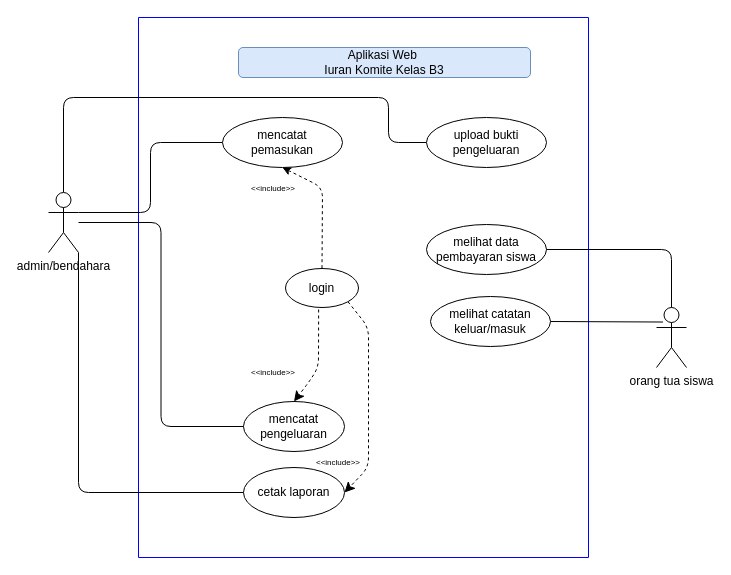
Above: komite_al_adaby.drawio in eenattayani/desain (draw.io), before the change. Source tidied: cells renumbered, new cells numbered last; positions are measured from the earlier drawing's top-left corner, leaving out a move shared by most shapes. Both pictures are drawn from the tidied source at 100%, with x=0, y=0 at pixel (48, 17).
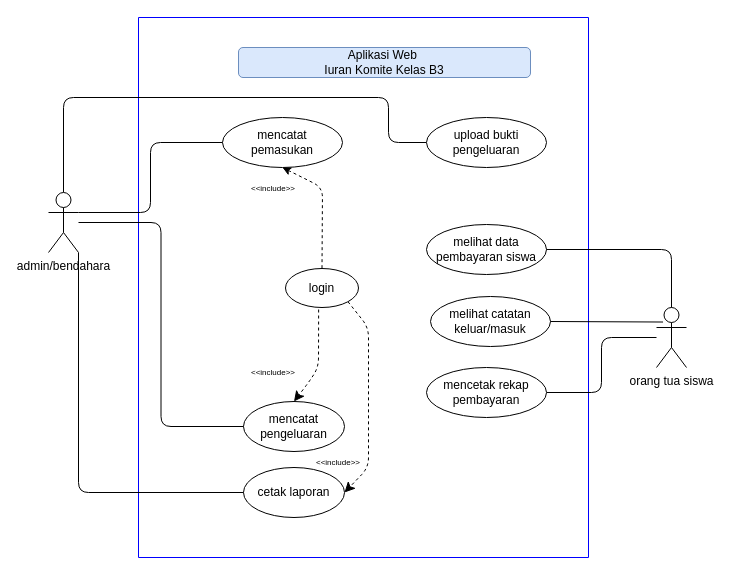
After the change.

Unchanged cells that the change refers to:
```xml
<mxCell id="2" style="swimlane;startSize=0;fillColor=#fff2cc;strokeColor=#0000FF;" parent="1" vertex="1">
  <mxGeometry x="90" width="450" height="540" as="geometry" />
</mxCell>
<mxCell id="11" value="orang tua siswa" style="shape=umlActor;verticalLabelPosition=bottom;verticalAlign=top;html=1;outlineConnect=0;" parent="2" vertex="1">
  <mxGeometry x="518" y="290" width="30" height="60" as="geometry" />
</mxCell>
```

The edit, as a diff of the source:
```diff
@@
+    <mxCell id="25" style="edgeStyle=orthogonalEdgeStyle;rounded=1;jettySize=auto;html=1;entryX=1;entryY=0.5;entryDx=0;entryDy=0;curved=0;endArrow=none;endFill=0;" parent="2" edge="1" source="11" target="26">
+      <mxGeometry relative="1" as="geometry" />
+    </mxCell>
@@
+    <mxCell id="26" value="mencetak rekap pembayaran" style="ellipse;whiteSpace=wrap;html=1;" parent="2" vertex="1">
+      <mxGeometry x="288" y="350" width="120" height="50" as="geometry" />
+    </mxCell>
```
